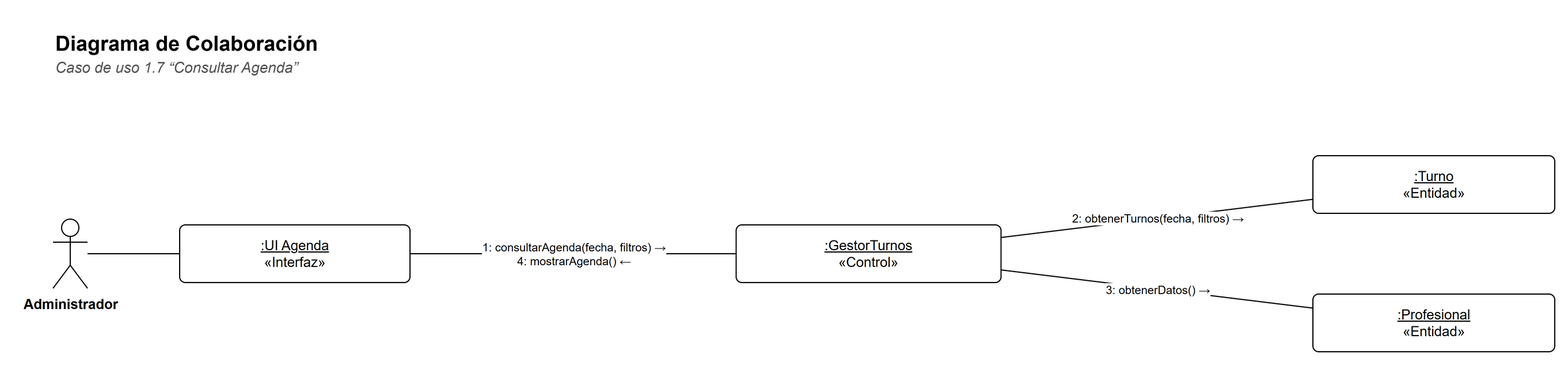
Earlier version of the draw.io export docs/diagramas/colaboracion-1-7.png (Matiglorioso/kineturnos). Source tidied: cells renumbered, new cells last; positions are measured from the earlier drawing's top-left corner, leaving out a move shared by most shapes.
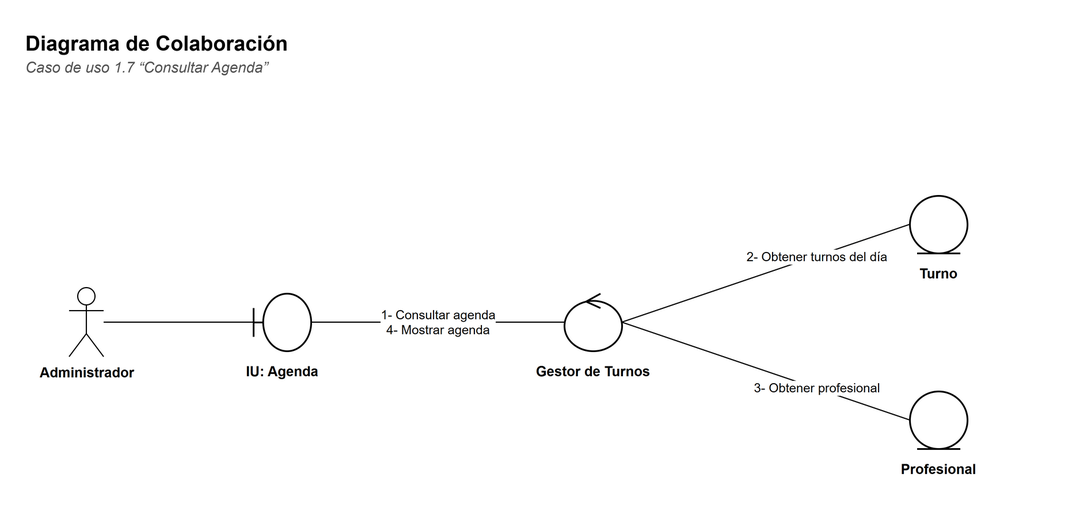
Above is the later version.

What changed in the source:
```diff
@@ -9,31 +9,43 @@
       <mxGeometry y="24" width="900" height="20" as="geometry" />
     </mxCell>
     <mxCell id="4" value="Administrador" style="shape=umlActor;verticalLabelPosition=bottom;verticalAlign=top;html=1;outlineConnect=0;fillColor=#FFFFFF;strokeColor=#000000;fontFamily=Helvetica;fontSize=12;fontStyle=1;" parent="1" vertex="1">
-      <mxGeometry y="170" width="30" height="60" as="geometry" />
+      <mxGeometry x="40" y="230" width="30" height="60" as="geometry" />
     </mxCell>
-    <mxCell id="5" value="&lt;u&gt;:UI Agenda&lt;/u&gt;&lt;br&gt;«Interfaz»" style="rounded=0;whiteSpace=wrap;html=1;fillColor=#FFFFFF;strokeColor=#000000;fontFamily=Helvetica;fontSize=12;rounded=1;arcSize=10;" parent="1" vertex="1">
-      <mxGeometry x="110" y="175" width="200" height="50" as="geometry" />
+    <mxCell id="5" style="shape=umlBoundary;html=1;fillColor=#FFFFFF;strokeColor=#000000;strokeWidth=1.5;" parent="1" vertex="1">
+      <mxGeometry x="200" y="235" width="50" height="50" as="geometry" />
     </mxCell>
-    <mxCell id="6" value="&lt;u&gt;:GestorTurnos&lt;/u&gt;&lt;br&gt;«Control»" style="rounded=0;whiteSpace=wrap;html=1;fillColor=#FFFFFF;strokeColor=#000000;fontFamily=Helvetica;fontSize=12;rounded=1;arcSize=10;" parent="1" vertex="1">
-      <mxGeometry x="593.2" y="175" width="230" height="50" as="geometry" />
+    <mxCell id="6" value="&lt;b&gt;IU: Agenda&lt;/b&gt;" style="text;html=1;strokeColor=none;fillColor=none;align=left;verticalAlign=top;whiteSpace=wrap;fontFamily=Helvetica;align=center;fontSize=12;" parent="1" vertex="1">
+      <mxGeometry x="160" y="289" width="130" height="40" as="geometry" />
     </mxCell>
-    <mxCell id="7" value="&lt;u&gt;:Turno&lt;/u&gt;&lt;br&gt;«Entidad»" style="rounded=0;whiteSpace=wrap;html=1;fillColor=#FFFFFF;strokeColor=#000000;fontFamily=Helvetica;fontSize=12;rounded=1;arcSize=10;" parent="1" vertex="1">
-      <mxGeometry x="1094" y="115" width="210" height="50" as="geometry" />
+    <mxCell id="7" style="shape=umlControl;html=1;fillColor=#FFFFFF;strokeColor=#000000;strokeWidth=1.5;" parent="1" vertex="1">
+      <mxGeometry x="470" y="235" width="50" height="50" as="geometry" />
     </mxCell>
-    <mxCell id="8" value="&lt;u&gt;:Profesional&lt;/u&gt;&lt;br&gt;«Entidad»" style="rounded=0;whiteSpace=wrap;html=1;fillColor=#FFFFFF;strokeColor=#000000;fontFamily=Helvetica;fontSize=12;rounded=1;arcSize=10;" parent="1" vertex="1">
-      <mxGeometry x="1094" y="235" width="210" height="50" as="geometry" />
+    <mxCell id="8" value="&lt;b&gt;Gestor de Turnos&lt;/b&gt;" style="text;html=1;strokeColor=none;fillColor=none;align=left;verticalAlign=top;whiteSpace=wrap;fontFamily=Helvetica;align=center;fontSize=12;" parent="1" vertex="1">
+      <mxGeometry x="430" y="289" width="130" height="40" as="geometry" />
     </mxCell>
-    <mxCell id="9" style="edgeStyle=none;html=1;endArrow=none;endFill=0;strokeColor=#000000;fontFamily=Helvetica;fontSize=11;labelBackgroundColor=#FFFFFF;" parent="1" edge="1" source="4" target="5">
-      <mxGeometry relative="1" as="geometry" />
+    <mxCell id="9" style="shape=umlEntity;html=1;fillColor=#FFFFFF;strokeColor=#000000;strokeWidth=1.5;" parent="1" vertex="1">
+      <mxGeometry x="770" y="150" width="50" height="50" as="geometry" />
     </mxCell>
-    <mxCell id="10" value="1: consultarAgenda(fecha, filtros) →&lt;br&gt;4: mostrarAgenda() ←" style="edgeStyle=none;html=1;endArrow=none;endFill=0;strokeColor=#000000;fontFamily=Helvetica;fontSize=11;labelBackgroundColor=#FFFFFF;fontSize=10;" parent="1" edge="1" source="6" target="5">
-      <mxGeometry relative="1" as="geometry" />
+    <mxCell id="10" value="&lt;b&gt;Turno&lt;/b&gt;" style="text;html=1;strokeColor=none;fillColor=none;align=left;verticalAlign=top;whiteSpace=wrap;fontFamily=Helvetica;align=center;fontSize=12;" parent="1" vertex="1">
+      <mxGeometry x="730" y="204" width="130" height="40" as="geometry" />
     </mxCell>
-    <mxCell id="11" value="2: obtenerTurnos(fecha, filtros) →" style="edgeStyle=none;html=1;endArrow=none;endFill=0;strokeColor=#000000;fontFamily=Helvetica;fontSize=11;labelBackgroundColor=#FFFFFF;fontSize=10;" parent="1" edge="1" source="7" target="6">
-      <mxGeometry relative="1" as="geometry" />
+    <mxCell id="11" style="shape=umlEntity;html=1;fillColor=#FFFFFF;strokeColor=#000000;strokeWidth=1.5;" parent="1" vertex="1">
+      <mxGeometry x="770" y="320" width="50" height="50" as="geometry" />
     </mxCell>
-    <mxCell id="12" value="3: obtenerDatos() →" style="edgeStyle=none;html=1;endArrow=none;endFill=0;strokeColor=#000000;fontFamily=Helvetica;fontSize=11;labelBackgroundColor=#FFFFFF;fontSize=10;" parent="1" edge="1" source="8" target="6">
-      <mxGeometry relative="1" as="geometry" />
+    <mxCell id="12" value="&lt;b&gt;Profesional&lt;/b&gt;" style="text;html=1;strokeColor=none;fillColor=none;align=left;verticalAlign=top;whiteSpace=wrap;fontFamily=Helvetica;align=center;fontSize=12;" parent="1" vertex="1">
+      <mxGeometry x="730" y="374" width="130" height="40" as="geometry" />
     </mxCell>
+    <mxCell id="13" style="edgeStyle=none;html=1;endArrow=none;endFill=0;strokeColor=#000000;fontFamily=Helvetica;fontSize=11;labelBackgroundColor=#FFFFFF;" parent="1" edge="1" source="4" target="5">
+      <mxGeometry relative="1" as="geometry" />
+    </mxCell>
+    <mxCell id="14" value="1- Consultar agenda&lt;br&gt;4- Mostrar agenda" style="edgeStyle=none;html=1;endArrow=none;endFill=0;strokeColor=#000000;fontFamily=Helvetica;fontSize=11;labelBackgroundColor=#FFFFFF;fontSize=11;exitX=1;exitY=0.5;exitDx=0;exitDy=0;entryX=0;entryY=0.5;entryDx=0;entryDy=0;" parent="1" edge="1" source="5" target="7">
+      <mxGeometry relative="1" as="geometry" />
+    </mxCell>
+    <mxCell id="15" value="2- Obtener turnos del día" style="edgeStyle=none;html=1;endArrow=none;endFill=0;strokeColor=#000000;fontFamily=Helvetica;fontSize=11;labelBackgroundColor=#FFFFFF;fontSize=11;exitX=1;exitY=0.5;exitDx=0;exitDy=0;entryX=0;entryY=0.5;entryDx=0;entryDy=0;" parent="1" edge="1" source="7" target="9">
+      <mxGeometry x="0.35" relative="1" as="geometry" />
+    </mxCell>
+    <mxCell id="16" value="3- Obtener profesional" style="edgeStyle=none;html=1;endArrow=none;endFill=0;strokeColor=#000000;fontFamily=Helvetica;fontSize=11;labelBackgroundColor=#FFFFFF;fontSize=11;exitX=1;exitY=0.5;exitDx=0;exitDy=0;entryX=0;entryY=0.5;entryDx=0;entryDy=0;" parent="1" edge="1" source="7" target="11">
+      <mxGeometry x="0.35" relative="1" as="geometry" />
+    </mxCell>
   </root>
 </mxGraphModel>
```
